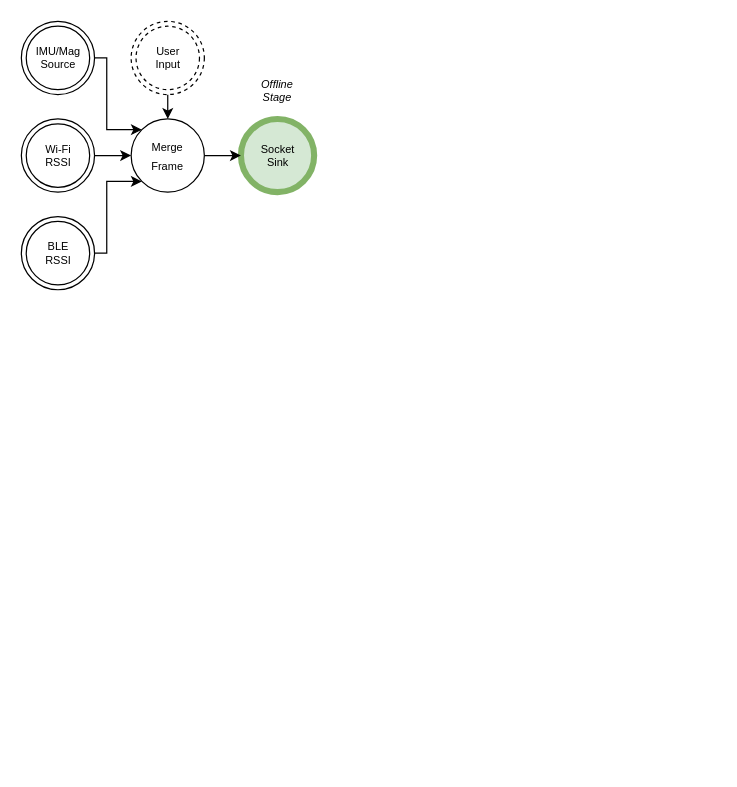
Above: page "offline-stage" (1 of 22) of slides/ipin2021/images/ipin2021_slides.drawio in OpenHPS/openhps.org (draw.io), before the change. Source tidied: cells renumbered, new cells numbered last; positions are measured from the earlier drawing's top-left corner, leaving out a move shared by most shapes. Both pictures are drawn from the tidied source at 122%, with x=0, y=0 at pixel (21, 21).
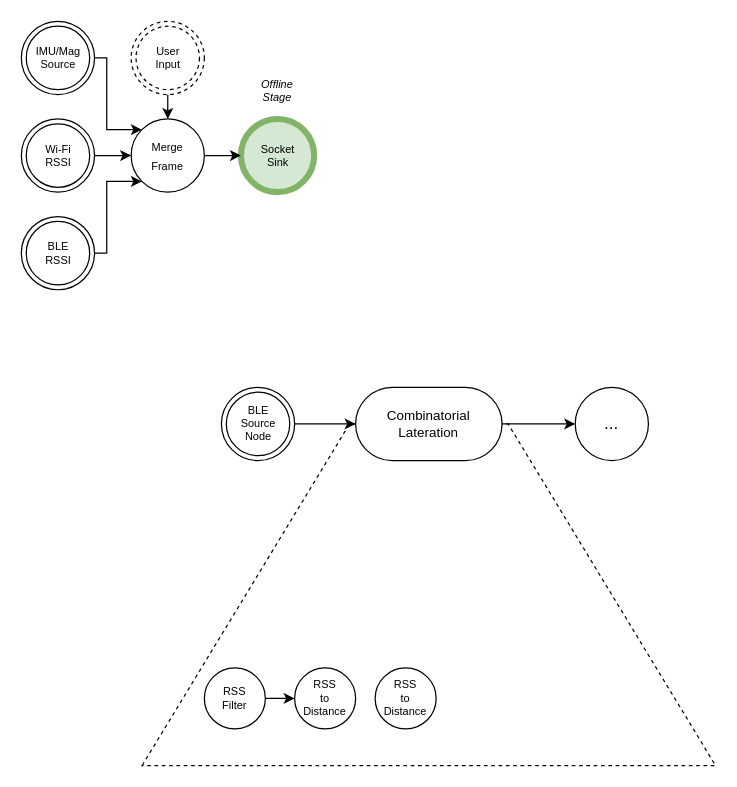
Above is the later version.

Change to the diagram source:
```diff
@@
+    <mxCell id="14" style="shape=trapezoid;perimeter=trapezoidPerimeter;whiteSpace=wrap;html=1;fixedSize=1;dashed=1;fontSize=11;size=170;" parent="1" vertex="1">
+      <mxGeometry x="99" y="330" width="470" height="280" as="geometry" />
+    </mxCell>
@@
+    <mxCell id="15" style="edgeStyle=orthogonalEdgeStyle;rounded=0;jettySize=auto;html=1;fontSize=11;" parent="1" edge="1" source="16" target="18">
+      <mxGeometry relative="1" as="geometry" />
+    </mxCell>
+    <mxCell id="16" value="BLE&lt;br&gt;Source&lt;br&gt;Node" style="ellipse;shape=doubleEllipse;html=1;dashed=0;whitespace=wrap;fontSize=9;" parent="1" vertex="1">
+      <mxGeometry x="164" y="300" width="60" height="60" as="geometry" />
+    </mxCell>
+    <mxCell id="17" style="edgeStyle=orthogonalEdgeStyle;rounded=0;jettySize=auto;html=1;fontSize=11;" parent="1" edge="1" source="18">
+      <mxGeometry relative="1" as="geometry">
+        <mxPoint x="454" y="330" as="targetPoint" />
+      </mxGeometry>
+    </mxCell>
+    <mxCell id="18" value="Combinatorial&lt;br style=&quot;font-size: 11px;&quot;&gt;Lateration" style="rounded=1;whiteSpace=wrap;html=1;arcSize=50;fontSize=11;" parent="1" vertex="1">
+      <mxGeometry x="274" y="300" width="120" height="60" as="geometry" />
+    </mxCell>
+    <mxCell id="19" value="&lt;font style=&quot;font-size: 14px&quot;&gt;...&lt;/font&gt;" style="ellipse;whiteSpace=wrap;html=1;" parent="1" vertex="1">
+      <mxGeometry x="454" y="300" width="60" height="60" as="geometry" />
+    </mxCell>
+    <mxCell id="20" style="edgeStyle=orthogonalEdgeStyle;rounded=0;jettySize=auto;html=1;fontSize=9;" parent="1" edge="1" source="21" target="22">
+      <mxGeometry relative="1" as="geometry" />
+    </mxCell>
+    <mxCell id="21" value="&lt;font style=&quot;font-size: 9px;&quot;&gt;RSS&lt;br style=&quot;font-size: 9px;&quot;&gt;Filter&lt;br style=&quot;font-size: 9px;&quot;&gt;&lt;/font&gt;" style="ellipse;whiteSpace=wrap;html=1;fontSize=9;" parent="1" vertex="1">
+      <mxGeometry x="150" y="530" width="50" height="50" as="geometry" />
+    </mxCell>
+    <mxCell id="22" value="&lt;font style=&quot;font-size: 9px&quot;&gt;RSS&lt;br&gt;to&lt;br&gt;Distance&lt;br style=&quot;font-size: 9px&quot;&gt;&lt;/font&gt;" style="ellipse;whiteSpace=wrap;html=1;fontSize=9;" parent="1" vertex="1">
+      <mxGeometry x="224" y="530" width="50" height="50" as="geometry" />
+    </mxCell>
+    <mxCell id="23" value="&lt;font style=&quot;font-size: 9px&quot;&gt;RSS&lt;br&gt;to&lt;br&gt;Distance&lt;br style=&quot;font-size: 9px&quot;&gt;&lt;/font&gt;" style="ellipse;whiteSpace=wrap;html=1;fontSize=9;" parent="1" vertex="1">
+      <mxGeometry x="290" y="530" width="50" height="50" as="geometry" />
+    </mxCell>
```
